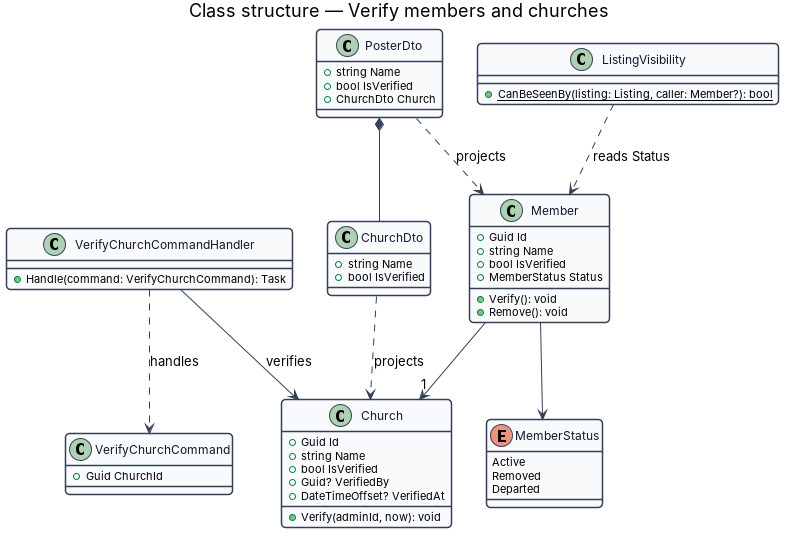
This is docs/detailed-designs/members/verify-members-and-churches/diagrams/class-structure.png from QuinntyneBrown/christian-rent, a PlantUML export, as it was before one commit. Its source is kept beside it as docs/detailed-designs/members/verify-members-and-churches/diagrams/class-structure.puml.
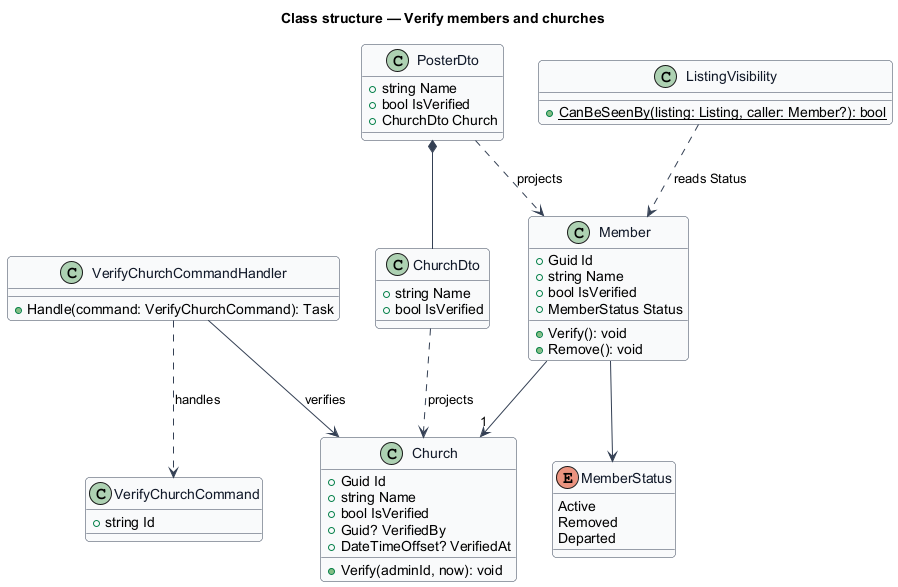
Above is the later version.

What changed in the source:
```diff
@@ -33,7 +33,7 @@
   Departed
 }
 class VerifyChurchCommand {
-  +Guid ChurchId
+  +string Id
 }
 class VerifyChurchCommandHandler {
   +Handle(command: VerifyChurchCommand): Task
```
